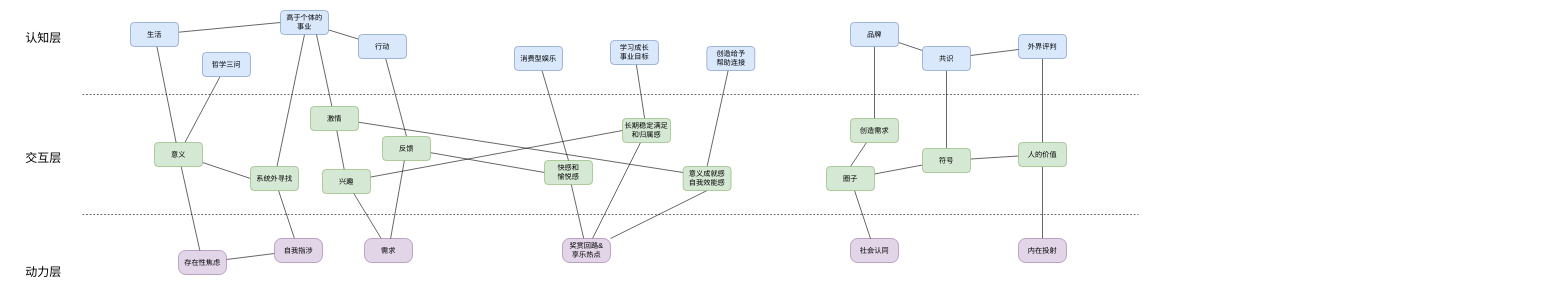
This is 积极创造-认知三层模型.drawio from youyusan/open_mind, a draw.io file, before an edit. Source tidied: cells renumbered, new cells numbered last; positions are measured from the earlier drawing's top-left corner, leaving out a move shared by most shapes. Both pictures are drawn from the tidied source at 60%, with x=0, y=0 at pixel (10, 10).
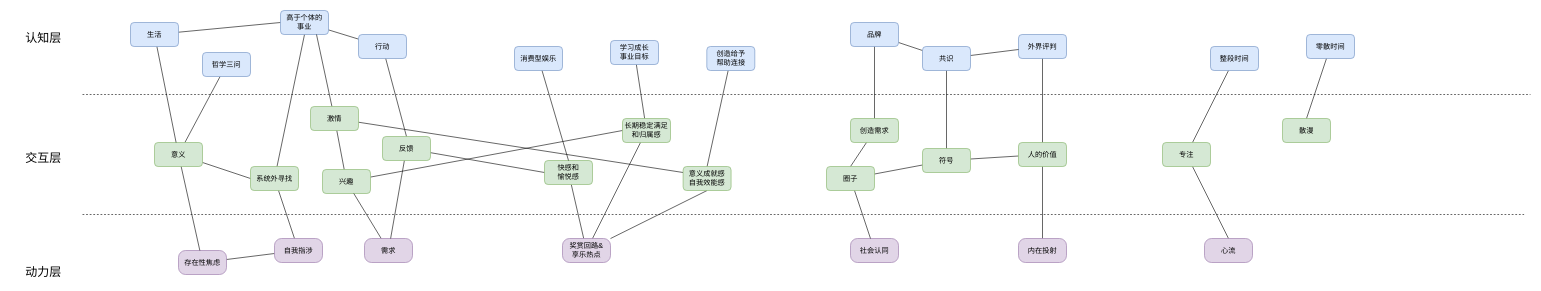
The same page after the edit.

Commit message (it also covers changes not shown here):
更新积极创造-认知三层模型.drawio

The edit, as a diff of the source:
```diff
@@
     <mxCell id="2" style="endArrow=none;dashed=1;html=1;rounded=0;" parent="1" edge="1">
       <mxGeometry relative="1" as="geometry">
         <mxPoint x="120" y="140" as="sourcePoint" />
-        <mxPoint x="1880" y="140" as="targetPoint" />
+        <mxPoint x="2533.3" y="140" as="targetPoint" />
       </mxGeometry>
     </mxCell>
     <mxCell id="3" style="endArrow=none;dashed=1;html=1;rounded=0;" parent="1" edge="1">
       <mxGeometry relative="1" as="geometry">
         <mxPoint x="120" y="340" as="sourcePoint" />
-        <mxPoint x="1880" y="340" as="targetPoint" />
+        <mxPoint x="2522.7" y="340" as="targetPoint" />
       </mxGeometry>
     </mxCell>
@@
+    <mxCell id="68" style="edgeStyle=none;shape=connector;rounded=0;jettySize=auto;html=1;strokeColor=default;align=center;verticalAlign=middle;fontFamily=Helvetica;fontSize=11;fontColor=default;labelBackgroundColor=default;endArrow=none;endFill=0;" parent="1" edge="1" source="69" target="73">
+      <mxGeometry relative="1" as="geometry" />
+    </mxCell>
+    <mxCell id="69" value="整段时间" style="rounded=1;whiteSpace=wrap;html=1;fillColor=#dae8fc;strokeColor=#6c8ebf;" parent="1" vertex="1">
+      <mxGeometry x="2000" y="60" width="80" height="40" as="geometry" />
+    </mxCell>
+    <mxCell id="70" style="edgeStyle=none;shape=connector;rounded=0;jettySize=auto;html=1;entryX=0.5;entryY=0;entryDx=0;entryDy=0;strokeColor=default;align=center;verticalAlign=middle;fontFamily=Helvetica;fontSize=11;fontColor=default;labelBackgroundColor=default;endArrow=none;endFill=0;" parent="1" edge="1" source="71" target="75">
+      <mxGeometry relative="1" as="geometry" />
+    </mxCell>
+    <mxCell id="71" value="零散时间" style="rounded=1;whiteSpace=wrap;html=1;fillColor=#dae8fc;strokeColor=#6c8ebf;" parent="1" vertex="1">
+      <mxGeometry x="2160" y="40" width="80" height="40" as="geometry" />
+    </mxCell>
+    <mxCell id="72" style="edgeStyle=none;shape=connector;rounded=0;jettySize=auto;html=1;entryX=0.5;entryY=0;entryDx=0;entryDy=0;strokeColor=default;align=center;verticalAlign=middle;fontFamily=Helvetica;fontSize=11;fontColor=default;labelBackgroundColor=default;endArrow=none;endFill=0;" parent="1" edge="1" source="73" target="74">
+      <mxGeometry relative="1" as="geometry" />
+    </mxCell>
+    <mxCell id="73" value="专注" style="rounded=1;whiteSpace=wrap;html=1;fillColor=#d5e8d4;strokeColor=#82b366;" parent="1" vertex="1">
+      <mxGeometry x="1920" y="220" width="80" height="40" as="geometry" />
+    </mxCell>
+    <mxCell id="74" value="心流" style="rounded=1;whiteSpace=wrap;html=1;fillColor=#e1d5e7;strokeColor=#9673a6;arcSize=29;" parent="1" vertex="1">
+      <mxGeometry x="1990" y="380" width="80" height="40" as="geometry" />
+    </mxCell>
+    <mxCell id="75" value="散漫" style="rounded=1;whiteSpace=wrap;html=1;fillColor=#d5e8d4;strokeColor=#82b366;" parent="1" vertex="1">
+      <mxGeometry x="2120" y="180" width="80" height="40" as="geometry" />
+    </mxCell>
```
